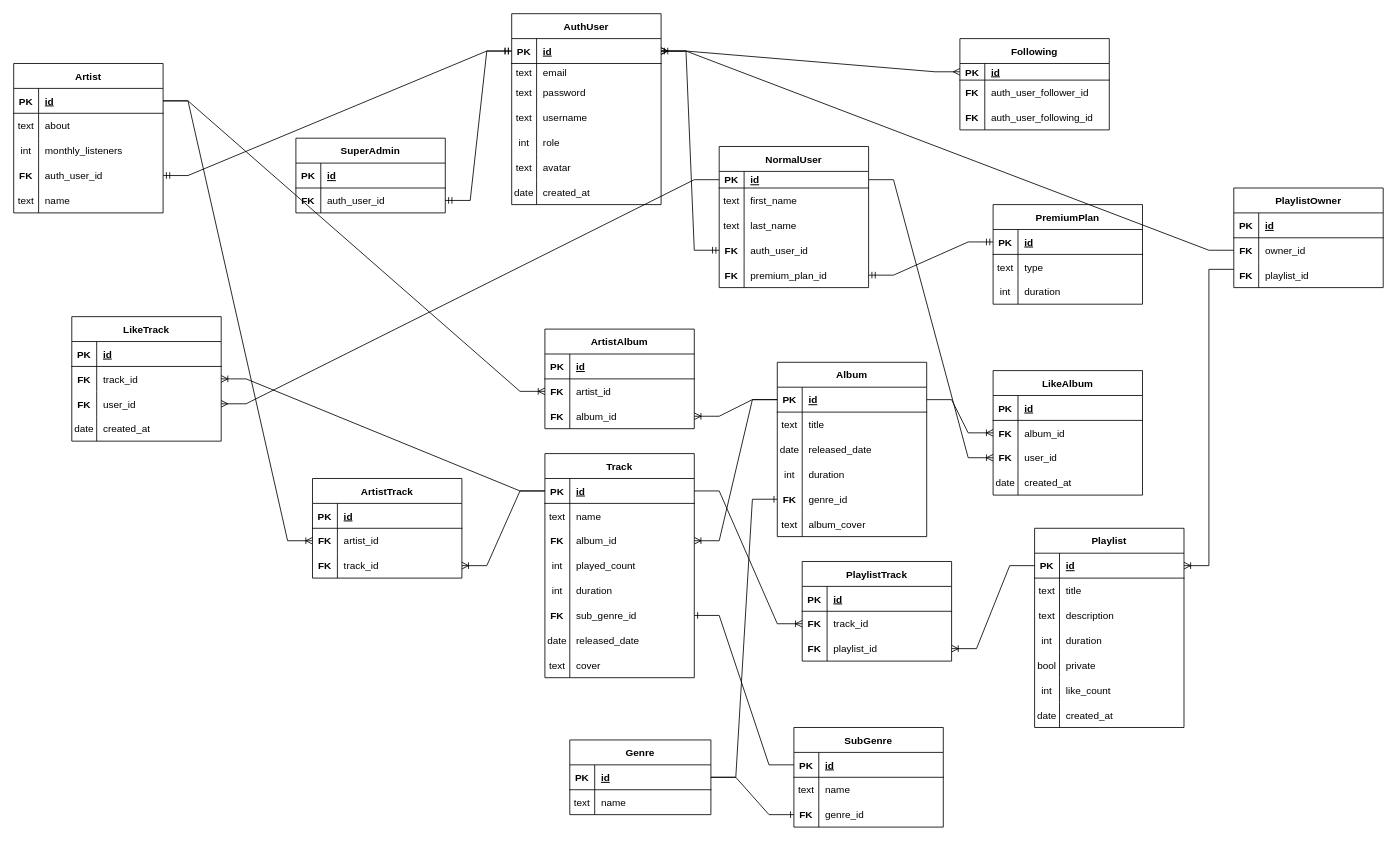
Before: ERD.drawio in shakibfarzan/air-vinyl, a draw.io diagram. Source tidied: cells renumbered, new cells numbered last; positions are measured from the earlier drawing's top-left corner, leaving out a move shared by most shapes. Both pictures are drawn from the tidied source at 83%, with x=0, y=0 at pixel (13, 13).
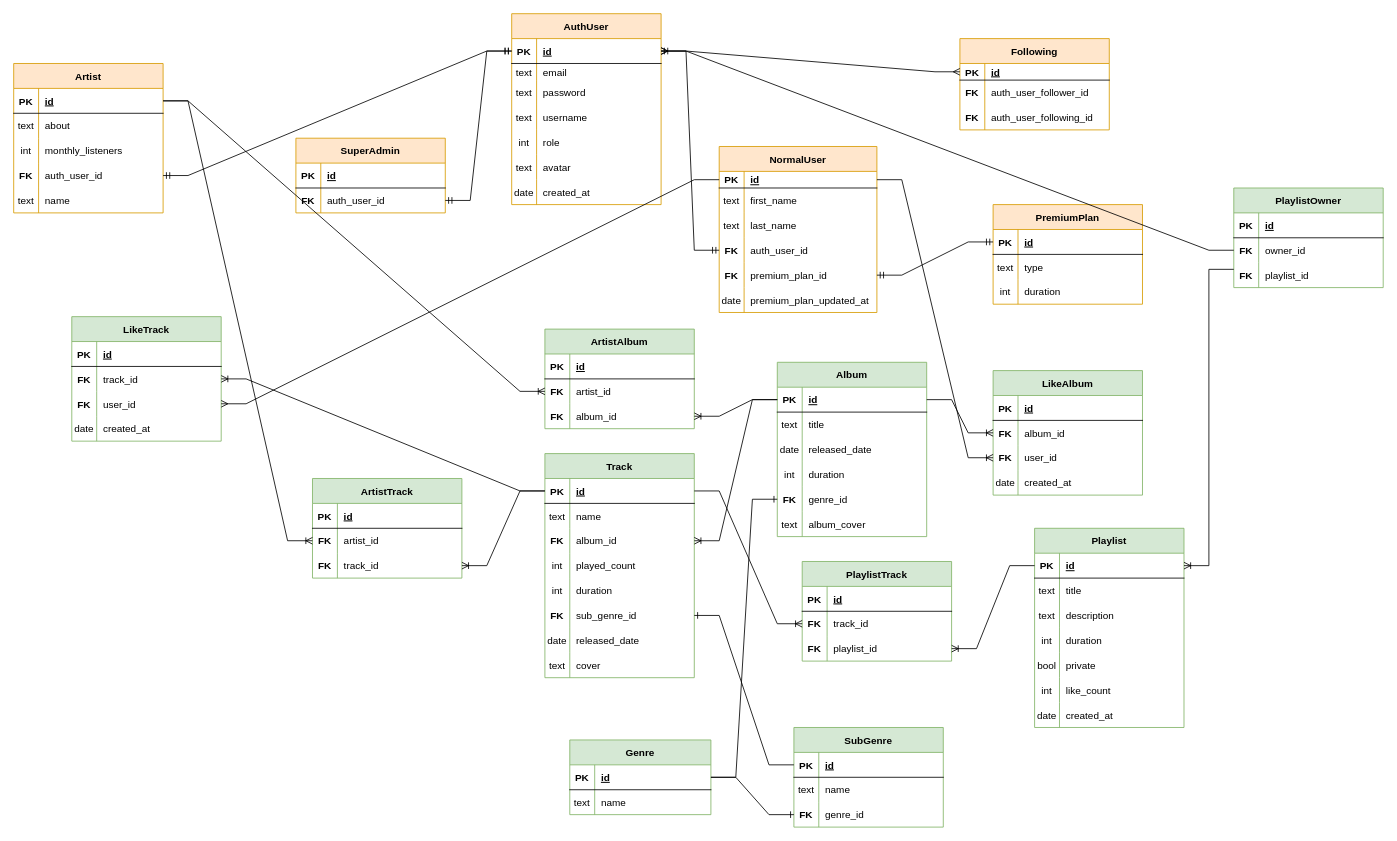
The same diagram, later.

The edit, as a diff of the source:
```diff
@@
-    <mxCell id="2" value="NormalUser" style="shape=table;startSize=30;childLayout=tableLayout;rowLines=0;fontStyle=1;align=center;" parent="1" vertex="1">
-      <mxGeometry x="850" y="160" width="180" height="170" as="geometry" />
+    <mxCell id="2" value="NormalUser" style="shape=table;startSize=30;childLayout=tableLayout;rowLines=0;fontStyle=1;align=center;fillColor=#ffe6cc;strokeColor=#d79b00;" parent="1" vertex="1">
+      <mxGeometry x="850" y="160" width="190" height="200" as="geometry" />
     </mxCell>
     <mxCell id="3" style="shape=tableRow;horizontal=0;startSize=0;swimlaneHead=0;swimlaneBody=0;fillColor=none;points=[[0,0.5],[1,0.5]];portConstraint=eastwest;top=0;left=0;right=0;bottom=1;" parent="2" vertex="1">
-      <mxGeometry y="30" width="180" height="20" as="geometry" />
+      <mxGeometry y="30" width="190" height="20" as="geometry" />
     </mxCell>
@@
     <mxCell id="5" value="id" style="shape=partialRectangle;fillColor=none;top=0;left=0;bottom=0;right=0;align=left;spacingLeft=6;fontStyle=5;overflow=hidden;" parent="3" vertex="1">
-      <mxGeometry x="30" width="150" height="20" as="geometry" />
+      <mxGeometry x="30" width="160" height="20" as="geometry" />
     </mxCell>
     <mxCell id="6" style="shape=tableRow;horizontal=0;startSize=0;swimlaneHead=0;swimlaneBody=0;fillColor=none;top=0;left=0;right=0;bottom=0;" parent="2" vertex="1">
-      <mxGeometry y="50" width="180" height="30" as="geometry" />
+      <mxGeometry y="50" width="190" height="30" as="geometry" />
     </mxCell>
@@
     <mxCell id="8" value="first_name" style="shape=partialRectangle;fillColor=none;top=0;left=0;bottom=0;right=0;align=left;spacingLeft=6;overflow=hidden;" parent="6" vertex="1">
-      <mxGeometry x="30" width="150" height="30" as="geometry" />
+      <mxGeometry x="30" width="160" height="30" as="geometry" />
     </mxCell>
     <mxCell id="9" style="shape=tableRow;horizontal=0;startSize=0;swimlaneHead=0;swimlaneBody=0;fillColor=none;top=0;left=0;right=0;bottom=0;" parent="2" vertex="1">
-      <mxGeometry y="80" width="180" height="30" as="geometry" />
+      <mxGeometry y="80" width="190" height="30" as="geometry" />
     </mxCell>
@@
     <mxCell id="11" value="last_name" style="shape=partialRectangle;fillColor=none;top=0;left=0;bottom=0;right=0;align=left;spacingLeft=6;overflow=hidden;" parent="9" vertex="1">
-      <mxGeometry x="30" width="150" height="30" as="geometry" />
+      <mxGeometry x="30" width="160" height="30" as="geometry" />
     </mxCell>
     <mxCell id="12" style="shape=tableRow;horizontal=0;startSize=0;swimlaneHead=0;swimlaneBody=0;fillColor=none;points=[[0,0.5],[1,0.5]];portConstraint=eastwest;top=0;left=0;right=0;bottom=0;" parent="2" vertex="1">
-      <mxGeometry y="110" width="180" height="30" as="geometry" />
+      <mxGeometry y="110" width="190" height="30" as="geometry" />
     </mxCell>
@@
     <mxCell id="14" value="auth_user_id" style="shape=partialRectangle;fillColor=none;top=0;left=0;bottom=0;right=0;align=left;spacingLeft=6;overflow=hidden;" parent="12" vertex="1">
-      <mxGeometry x="30" width="150" height="30" as="geometry" />
+      <mxGeometry x="30" width="160" height="30" as="geometry" />
     </mxCell>
     <mxCell id="15" style="shape=tableRow;horizontal=0;startSize=0;swimlaneHead=0;swimlaneBody=0;fillColor=none;points=[[0,0.5],[1,0.5]];portConstraint=eastwest;top=0;left=0;right=0;bottom=0;" parent="2" vertex="1">
-      <mxGeometry y="140" width="180" height="30" as="geometry" />
+      <mxGeometry y="140" width="190" height="30" as="geometry" />
     </mxCell>
@@
     <mxCell id="17" value="premium_plan_id" style="shape=partialRectangle;fillColor=none;top=0;left=0;bottom=0;right=0;align=left;spacingLeft=6;overflow=hidden;" parent="15" vertex="1">
-      <mxGeometry x="30" width="150" height="30" as="geometry" />
+      <mxGeometry x="30" width="160" height="30" as="geometry" />
     </mxCell>
+    <mxCell id="253" style="shape=tableRow;horizontal=0;startSize=0;swimlaneHead=0;swimlaneBody=0;fillColor=none;top=0;left=0;right=0;bottom=0;" parent="2" vertex="1">
+      <mxGeometry y="170" width="190" height="30" as="geometry" />
+    </mxCell>
+    <mxCell id="254" value="date" style="shape=partialRectangle;fillColor=none;top=0;left=0;bottom=0;right=0;overflow=hidden;fontStyle=0;" parent="253" vertex="1">
+      <mxGeometry width="30" height="30" as="geometry" />
+    </mxCell>
+    <mxCell id="255" value="premium_plan_updated_at" style="shape=partialRectangle;fillColor=none;top=0;left=0;bottom=0;right=0;align=left;spacingLeft=6;overflow=hidden;" parent="253" vertex="1">
+      <mxGeometry x="30" width="160" height="30" as="geometry" />
+    </mxCell>
-    <mxCell id="18" value="PremiumPlan" style="shape=table;startSize=30;childLayout=tableLayout;rowLines=0;fontStyle=1;align=center;" parent="1" vertex="1">
+    <mxCell id="18" value="PremiumPlan" style="shape=table;startSize=30;childLayout=tableLayout;rowLines=0;fontStyle=1;align=center;fillColor=#ffe6cc;strokeColor=#d79b00;" parent="1" vertex="1">
       <mxGeometry x="1180" y="230" width="180" height="120" as="geometry" />
     </mxCell>
@@
-    <mxCell id="29" value="SuperAdmin" style="shape=table;startSize=30;childLayout=tableLayout;rowLines=0;fontStyle=1;align=center;" parent="1" vertex="1">
+    <mxCell id="29" value="SuperAdmin" style="shape=table;startSize=30;childLayout=tableLayout;rowLines=0;fontStyle=1;align=center;fillColor=#ffe6cc;strokeColor=#d79b00;" parent="1" vertex="1">
       <mxGeometry x="340" y="150" width="180" height="90" as="geometry" />
     </mxCell>
@@
-    <mxCell id="36" value="AuthUser" style="shape=table;startSize=30;childLayout=tableLayout;rowLines=0;fontStyle=1;align=center;" parent="1" vertex="1">
+    <mxCell id="36" value="AuthUser" style="shape=table;startSize=30;childLayout=tableLayout;rowLines=0;fontStyle=1;align=center;fillColor=#ffe6cc;strokeColor=#d79b00;" parent="1" vertex="1">
       <mxGeometry x="600" width="180" height="230" as="geometry" />
     </mxCell>
@@
-    <mxCell id="60" value="Artist" style="shape=table;startSize=30;childLayout=tableLayout;rowLines=0;fontStyle=1;align=center;" parent="1" vertex="1">
+    <mxCell id="60" value="Artist" style="shape=table;startSize=30;childLayout=tableLayout;rowLines=0;fontStyle=1;align=center;fillColor=#ffe6cc;strokeColor=#d79b00;" parent="1" vertex="1">
       <mxGeometry y="60" width="180" height="180" as="geometry" />
     </mxCell>
@@
-    <mxCell id="76" value="Album" style="shape=table;startSize=30;childLayout=tableLayout;rowLines=0;fontStyle=1;align=center;" parent="1" vertex="1">
+    <mxCell id="76" value="Album" style="shape=table;startSize=30;childLayout=tableLayout;rowLines=0;fontStyle=1;align=center;fillColor=#d5e8d4;strokeColor=#82b366;" parent="1" vertex="1">
       <mxGeometry x="920" y="420" width="180" height="210" as="geometry" />
     </mxCell>
@@
-    <mxCell id="95" value="Genre" style="shape=table;startSize=30;childLayout=tableLayout;rowLines=0;fontStyle=1;align=center;" parent="1" vertex="1">
+    <mxCell id="95" value="Genre" style="shape=table;startSize=30;childLayout=tableLayout;rowLines=0;fontStyle=1;align=center;fillColor=#d5e8d4;strokeColor=#82b366;" parent="1" vertex="1">
       <mxGeometry x="670" y="875" width="170" height="90" as="geometry" />
     </mxCell>
@@
-    <mxCell id="102" value="Track" style="shape=table;startSize=30;childLayout=tableLayout;rowLines=0;fontStyle=1;align=center;" parent="1" vertex="1">
+    <mxCell id="102" value="Track" style="shape=table;startSize=30;childLayout=tableLayout;rowLines=0;fontStyle=1;align=center;fillColor=#d5e8d4;strokeColor=#82b366;" parent="1" vertex="1">
       <mxGeometry x="640" y="530" width="180" height="270" as="geometry" />
     </mxCell>
@@
-    <mxCell id="127" value="Following" style="shape=table;startSize=30;childLayout=tableLayout;rowLines=0;fontStyle=1;align=center;" parent="1" vertex="1">
+    <mxCell id="127" value="Following" style="shape=table;startSize=30;childLayout=tableLayout;rowLines=0;fontStyle=1;align=center;fillColor=#ffe6cc;strokeColor=#d79b00;" parent="1" vertex="1">
       <mxGeometry x="1140" y="30" width="180" height="110" as="geometry" />
     </mxCell>
@@
-    <mxCell id="137" value="Playlist" style="shape=table;startSize=30;childLayout=tableLayout;rowLines=0;fontStyle=1;align=center;" parent="1" vertex="1">
+    <mxCell id="137" value="Playlist" style="shape=table;startSize=30;childLayout=tableLayout;rowLines=0;fontStyle=1;align=center;fillColor=#d5e8d4;strokeColor=#82b366;" parent="1" vertex="1">
       <mxGeometry x="1230" y="620" width="180" height="240" as="geometry" />
     </mxCell>
@@
-    <mxCell id="161" value="ArtistAlbum" style="shape=table;startSize=30;childLayout=tableLayout;rowLines=0;fontStyle=1;align=center;" parent="1" vertex="1">
+    <mxCell id="161" value="ArtistAlbum" style="shape=table;startSize=30;childLayout=tableLayout;rowLines=0;fontStyle=1;align=center;fillColor=#d5e8d4;strokeColor=#82b366;" parent="1" vertex="1">
       <mxGeometry x="640" y="380" width="180" height="120" as="geometry" />
     </mxCell>
@@
-    <mxCell id="174" value="ArtistTrack" style="shape=table;startSize=30;childLayout=tableLayout;rowLines=0;fontStyle=1;align=center;" parent="1" vertex="1">
+    <mxCell id="174" value="ArtistTrack" style="shape=table;startSize=30;childLayout=tableLayout;rowLines=0;fontStyle=1;align=center;fillColor=#d5e8d4;strokeColor=#82b366;" parent="1" vertex="1">
       <mxGeometry x="360" y="560" width="180" height="120" as="geometry" />
     </mxCell>
@@
-    <mxCell id="186" value="SubGenre" style="shape=table;startSize=30;childLayout=tableLayout;rowLines=0;fontStyle=1;align=center;" parent="1" vertex="1">
+    <mxCell id="186" value="SubGenre" style="shape=table;startSize=30;childLayout=tableLayout;rowLines=0;fontStyle=1;align=center;fillColor=#d5e8d4;strokeColor=#82b366;" parent="1" vertex="1">
       <mxGeometry x="940" y="860" width="180" height="120" as="geometry" />
     </mxCell>
@@
-    <mxCell id="199" value="PlaylistOwner" style="shape=table;startSize=30;childLayout=tableLayout;rowLines=0;fontStyle=1;align=center;" parent="1" vertex="1">
+    <mxCell id="199" value="PlaylistOwner" style="shape=table;startSize=30;childLayout=tableLayout;rowLines=0;fontStyle=1;align=center;fillColor=#d5e8d4;strokeColor=#82b366;" parent="1" vertex="1">
       <mxGeometry x="1470" y="210" width="180" height="120" as="geometry" />
     </mxCell>
@@
-    <mxCell id="211" value="PlaylistTrack" style="shape=table;startSize=30;childLayout=tableLayout;rowLines=0;fontStyle=1;align=center;" parent="1" vertex="1">
+    <mxCell id="211" value="PlaylistTrack" style="shape=table;startSize=30;childLayout=tableLayout;rowLines=0;fontStyle=1;align=center;fillColor=#d5e8d4;strokeColor=#82b366;" parent="1" vertex="1">
       <mxGeometry x="950" y="660" width="180" height="120" as="geometry" />
     </mxCell>
@@
-    <mxCell id="223" value="LikeTrack" style="shape=table;startSize=30;childLayout=tableLayout;rowLines=0;fontStyle=1;align=center;" parent="1" vertex="1">
+    <mxCell id="223" value="LikeTrack" style="shape=table;startSize=30;childLayout=tableLayout;rowLines=0;fontStyle=1;align=center;fillColor=#d5e8d4;strokeColor=#82b366;" parent="1" vertex="1">
       <mxGeometry x="70" y="365" width="180" height="150" as="geometry" />
     </mxCell>
@@
-    <mxCell id="238" value="LikeAlbum" style="shape=table;startSize=30;childLayout=tableLayout;rowLines=0;fontStyle=1;align=center;" parent="1" vertex="1">
+    <mxCell id="238" value="LikeAlbum" style="shape=table;startSize=30;childLayout=tableLayout;rowLines=0;fontStyle=1;align=center;fillColor=#d5e8d4;strokeColor=#82b366;" parent="1" vertex="1">
       <mxGeometry x="1180" y="430" width="180" height="150" as="geometry" />
     </mxCell>
```
